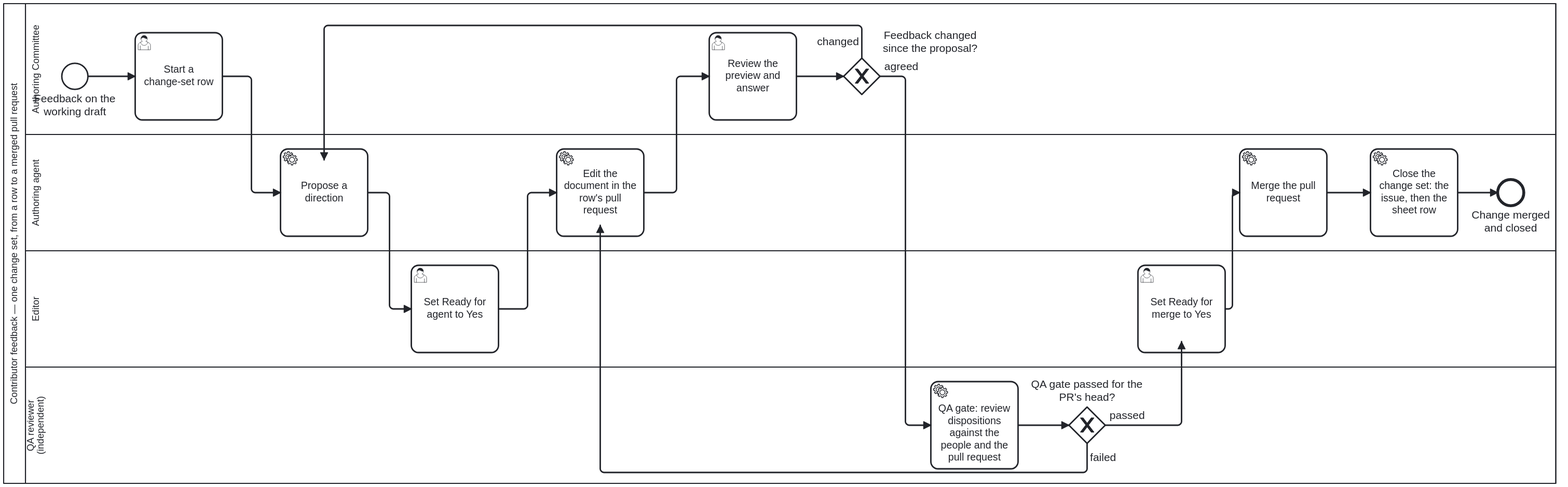
Earlier version of the BPMN export processes/content/contributor-feedback.svg (litlfred/folio-assistant-core). Its source is kept beside it as processes/content/contributor-feedback.bpmn. Ids are renumbered.
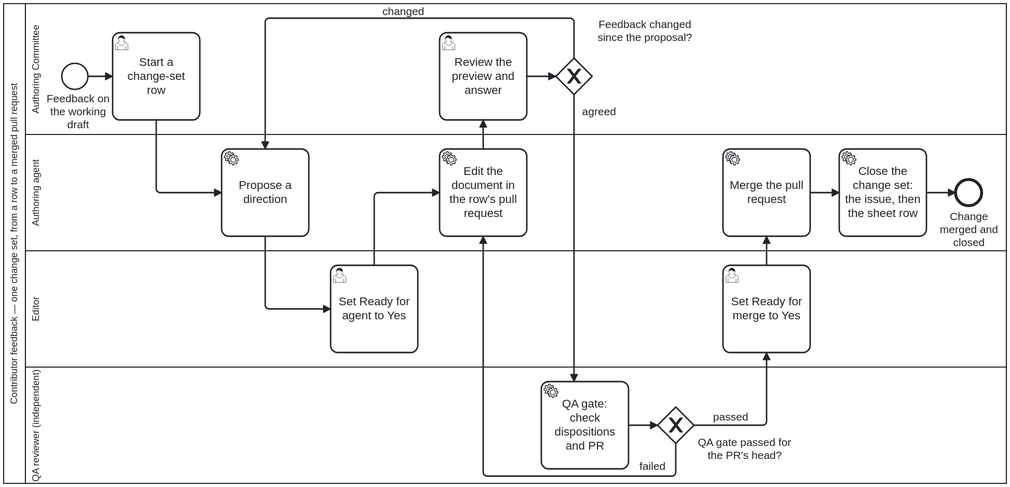
The same file after the commit.

Commit message:
fix(processes): compact 5 oversized BPMN diagrams to <=1400x900 (k6dz)

Diff of the diagram source:
```diff
@@ -112,7 +112,7 @@
       <bpmn:outgoing>CF07</bpmn:outgoing>
       <bpmn:outgoing>CF08</bpmn:outgoing>
     </bpmn:exclusiveGateway>
-    <bpmn:serviceTask id="Task_QaGate" name="QA gate: review dispositions against the people and the pull request">
+    <bpmn:serviceTask id="Task_QaGate" name="QA gate: check dispositions and PR">
       <bpmn:documentation>Reads: the change set's Disposition (change set), the people's Blue Disposition and feedback, the pull request's diff at its head commit, and the staging QA report. Checks that every feedback item has one disposition; that each agrees with the people's Blue Disposition; that each Accepted or Partially accepted item has the change in the diff, and a Not accepted, Noted, Duplicate or Out of scope item has none; that the diff changes nothing no disposition accounts for; and that the QA report for the staged commit has no failing gate. Writes: QA gate (change set) on the Agent tab, first line "Passed &lt;head sha&gt;: …" or "Failed &lt;head sha&gt;: &lt;why&gt;", and QA report (change set), the report's link. The sheet shows the gate under Staging review; a pass for an older commit reads as stale. It ends with Record agent step (record-agent-step.bpmn): the Agent tab row first, then Feedback (agent) from it, then the sheet read back, never Feedback (agent) alone.</bpmn:documentation>
       <bpmn:extensionElements><bootstrap.processes:skill ref="review-sheet-script"/></bpmn:extensionElements>
       <bpmn:incoming>CF08</bpmn:incoming>
@@ -164,136 +164,130 @@
   <bpmndi:BPMNDiagram id="BPMNDiagram_ContributorFeedback">
     <bpmndi:BPMNPlane id="BPMNPlane_1" bpmnElement="Collaboration_ContributorFeedback">
       <bpmndi:BPMNShape id="Participant_ContributorFeedback_di" bpmnElement="Participant_ContributorFeedback" isHorizontal="true">
-        <dc:Bounds x="160" y="60" width="2136" height="660" />
+        <dc:Bounds x="160" y="60" width="1380" height="660" />
       </bpmndi:BPMNShape>
       <bpmndi:BPMNShape id="Lane_Committee_di" bpmnElement="Lane_Committee" isHorizontal="true">
-        <dc:Bounds x="190" y="60" width="2106" height="180" />
+        <dc:Bounds x="190" y="60" width="1350" height="180" />
       </bpmndi:BPMNShape>
       <bpmndi:BPMNShape id="Lane_Agent_di" bpmnElement="Lane_Agent" isHorizontal="true">
-        <dc:Bounds x="190" y="240" width="2106" height="160" />
+        <dc:Bounds x="190" y="240" width="1350" height="160" />
       </bpmndi:BPMNShape>
       <bpmndi:BPMNShape id="Lane_Editor_di" bpmnElement="Lane_Editor" isHorizontal="true">
-        <dc:Bounds x="190" y="400" width="2106" height="160" />
+        <dc:Bounds x="190" y="400" width="1350" height="160" />
       </bpmndi:BPMNShape>
       <bpmndi:BPMNShape id="Lane_QaReviewer_di" bpmnElement="Lane_QaReviewer" isHorizontal="true">
-        <dc:Bounds x="190" y="560" width="2106" height="160" />
+        <dc:Bounds x="190" y="560" width="1350" height="160" />
+      </bpmndi:BPMNShape>
+      <bpmndi:BPMNShape id="StartEvent_Feedback_di" bpmnElement="StartEvent_Feedback">
+        <dc:Bounds x="240" y="142" width="36" height="36" />
+        <bpmndi:BPMNLabel><dc:Bounds x="220" y="182" width="85" height="36" /></bpmndi:BPMNLabel>
+      </bpmndi:BPMNShape>
+      <bpmndi:BPMNShape id="Task_StartRow_di" bpmnElement="Task_StartRow">
+        <dc:Bounds x="310" y="100" width="120" height="120" />
+      </bpmndi:BPMNShape>
+      <bpmndi:BPMNShape id="Task_Propose_di" bpmnElement="Task_Propose">
+        <dc:Bounds x="460" y="260" width="120" height="120" />
+      </bpmndi:BPMNShape>
+      <bpmndi:BPMNShape id="Task_ReadyForAgent_di" bpmnElement="Task_ReadyForAgent">
+        <dc:Bounds x="610" y="420" width="120" height="120" />
+      </bpmndi:BPMNShape>
+      <bpmndi:BPMNShape id="Task_EditInPullRequest_di" bpmnElement="Task_EditInPullRequest">
+        <dc:Bounds x="760" y="260" width="120" height="120" />
+      </bpmndi:BPMNShape>
+      <bpmndi:BPMNShape id="Task_AnswerPreview_di" bpmnElement="Task_AnswerPreview">
+        <dc:Bounds x="760" y="100" width="120" height="120" />
+      </bpmndi:BPMNShape>
+      <bpmndi:BPMNShape id="Gateway_FeedbackChanged_di" bpmnElement="Gateway_FeedbackChanged" isMarkerVisible="true">
+        <dc:Bounds x="920" y="135" width="50" height="50" />
+        <bpmndi:BPMNLabel><dc:Bounds x="975" y="80" width="135" height="54" /></bpmndi:BPMNLabel>
       </bpmndi:BPMNShape>
       <bpmndi:BPMNShape id="Task_QaGate_di" bpmnElement="Task_QaGate">
-        <dc:Bounds x="1436" y="580" width="120" height="120" />
+        <dc:Bounds x="900" y="580" width="120" height="120" />
       </bpmndi:BPMNShape>
       <bpmndi:BPMNShape id="Gateway_QaPassed_di" bpmnElement="Gateway_QaPassed" isMarkerVisible="true">
-        <dc:Bounds x="1626" y="615" width="50" height="50" />
-
-      <bpmndi:BPMNLabel><dc:Bounds x="1686" y="660" width="130" height="30" /></bpmndi:BPMNLabel></bpmndi:BPMNShape>
-      <bpmndi:BPMNShape id="StartEvent_Feedback_di" bpmnElement="StartEvent_Feedback">
-        <dc:Bounds x="240" y="142" width="36" height="36" />
-
-      <bpmndi:BPMNLabel><dc:Bounds x="218.13" y="181.5" width="111.75" height="36" /></bpmndi:BPMNLabel></bpmndi:BPMNShape>
-      <bpmndi:BPMNShape id="Task_StartRow_di" bpmnElement="Task_StartRow">
-        <dc:Bounds x="341" y="100" width="120" height="120" />
+        <dc:Bounds x="1060" y="615" width="50" height="50" />
+        <bpmndi:BPMNLabel><dc:Bounds x="1115" y="655" width="130" height="36" /></bpmndi:BPMNLabel>
       </bpmndi:BPMNShape>
-      <bpmndi:BPMNShape id="Task_Propose_di" bpmnElement="Task_Propose">
-        <dc:Bounds x="541" y="260" width="120" height="120" />
-      </bpmndi:BPMNShape>
-      <bpmndi:BPMNShape id="Task_ReadyForAgent_di" bpmnElement="Task_ReadyForAgent">
-        <dc:Bounds x="721" y="420" width="120" height="120" />
-      </bpmndi:BPMNShape>
-      <bpmndi:BPMNShape id="Task_EditInPullRequest_di" bpmnElement="Task_EditInPullRequest">
-        <dc:Bounds x="921" y="260" width="120" height="120" />
-      </bpmndi:BPMNShape>
-      <bpmndi:BPMNShape id="Task_AnswerPreview_di" bpmnElement="Task_AnswerPreview">
-        <dc:Bounds x="1131" y="100" width="120" height="120" />
-      </bpmndi:BPMNShape>
-      <bpmndi:BPMNShape id="Gateway_FeedbackChanged_di" bpmnElement="Gateway_FeedbackChanged" isMarkerVisible="true">
-        <dc:Bounds x="1316" y="135" width="50" height="50" />
-
-      <bpmndi:BPMNLabel><dc:Bounds x="1370" y="77" width="131.77" height="54" /></bpmndi:BPMNLabel></bpmndi:BPMNShape>
       <bpmndi:BPMNShape id="Task_ReadyForMerge_di" bpmnElement="Task_ReadyForMerge">
-        <dc:Bounds x="1721" y="420" width="120" height="120" />
+        <dc:Bounds x="1150" y="420" width="120" height="120" />
       </bpmndi:BPMNShape>
       <bpmndi:BPMNShape id="Task_Merge_di" bpmnElement="Task_Merge">
-        <dc:Bounds x="1861" y="260" width="120" height="120" />
+        <dc:Bounds x="1150" y="260" width="120" height="120" />
+      </bpmndi:BPMNShape>
+      <bpmndi:BPMNShape id="Task_CloseChangeSet_di" bpmnElement="Task_CloseChangeSet">
+        <dc:Bounds x="1310" y="260" width="120" height="120" />
       </bpmndi:BPMNShape>
       <bpmndi:BPMNShape id="EndEvent_Merged_di" bpmnElement="EndEvent_Merged">
-        <dc:Bounds x="2216" y="302" width="36" height="36" />
-
-      <bpmndi:BPMNLabel><dc:Bounds x="2189" y="342" width="90" height="30" /></bpmndi:BPMNLabel></bpmndi:BPMNShape>
-      <bpmndi:BPMNShape id="Task_CloseChangeSet_di" bpmnElement="Task_CloseChangeSet">
-        <dc:Bounds x="2041" y="260" width="120" height="120" />
+        <dc:Bounds x="1470" y="302" width="36" height="36" />
+        <bpmndi:BPMNLabel><dc:Bounds x="1443" y="344" width="90" height="36" /></bpmndi:BPMNLabel>
       </bpmndi:BPMNShape>
       <bpmndi:BPMNEdge id="CF01_di" bpmnElement="CF01">
         <di:waypoint x="276" y="160" />
-        <di:waypoint x="341" y="160" />
+        <di:waypoint x="310" y="160" />
       </bpmndi:BPMNEdge>
       <bpmndi:BPMNEdge id="CF02_di" bpmnElement="CF02">
-        <di:waypoint x="461" y="160" />
-        <di:waypoint x="501" y="160" />
-        <di:waypoint x="501" y="320" />
-        <di:waypoint x="541" y="320" />
+        <di:waypoint x="370" y="220" />
+        <di:waypoint x="370" y="320" />
+        <di:waypoint x="460" y="320" />
       </bpmndi:BPMNEdge>
       <bpmndi:BPMNEdge id="CF03_di" bpmnElement="CF03">
-        <di:waypoint x="661" y="320" />
-        <di:waypoint x="691" y="320" />
-        <di:waypoint x="691" y="480" />
-        <di:waypoint x="721" y="480" />
+        <di:waypoint x="520" y="380" />
+        <di:waypoint x="520" y="480" />
+        <di:waypoint x="610" y="480" />
       </bpmndi:BPMNEdge>
       <bpmndi:BPMNEdge id="CF04_di" bpmnElement="CF04">
-        <di:waypoint x="841" y="480" />
-        <di:waypoint x="881" y="480" />
-        <di:waypoint x="881" y="320" />
-        <di:waypoint x="921" y="320" />
+        <di:waypoint x="670" y="420" />
+        <di:waypoint x="670" y="320" />
+        <di:waypoint x="760" y="320" />
       </bpmndi:BPMNEdge>
       <bpmndi:BPMNEdge id="CF05_di" bpmnElement="CF05">
-        <di:waypoint x="1041" y="320" />
-        <di:waypoint x="1086" y="320" />
-        <di:waypoint x="1086" y="160" />
-        <di:waypoint x="1131" y="160" />
+        <di:waypoint x="820" y="260" />
+        <di:waypoint x="820" y="220" />
       </bpmndi:BPMNEdge>
       <bpmndi:BPMNEdge id="CF06_di" bpmnElement="CF06">
-        <di:waypoint x="1251" y="160" />
-        <di:waypoint x="1316" y="160" />
+        <di:waypoint x="880" y="160" />
+        <di:waypoint x="920" y="160" />
       </bpmndi:BPMNEdge>
       <bpmndi:BPMNEdge id="CF07_di" bpmnElement="CF07">
-        <di:waypoint x="1341" y="135" />
-        <di:waypoint x="1341" y="90" />
-        <di:waypoint x="601" y="90" />
-        <di:waypoint x="601" y="275" />
+        <di:waypoint x="945" y="135" />
+        <di:waypoint x="945" y="80" />
+        <di:waypoint x="520" y="80" />
+        <di:waypoint x="520" y="260" />
+        <bpmndi:BPMNLabel><dc:Bounds x="680" y="62" width="60" height="16" /></bpmndi:BPMNLabel>
       </bpmndi:BPMNEdge>
       <bpmndi:BPMNEdge id="CF08_di" bpmnElement="CF08">
-        <di:waypoint x="1366" y="160" />
-        <di:waypoint x="1401" y="160" />
-        <di:waypoint x="1401" y="640" />
-        <di:waypoint x="1436" y="640" />
-        <bpmndi:BPMNLabel><dc:Bounds x="1372" y="139" width="90" height="18" /></bpmndi:BPMNLabel>
+        <di:waypoint x="945" y="185" />
+        <di:waypoint x="945" y="580" />
+        <bpmndi:BPMNLabel><dc:Bounds x="952" y="200" width="55" height="16" /></bpmndi:BPMNLabel>
+      </bpmndi:BPMNEdge>
+      <bpmndi:BPMNEdge id="CF11_di" bpmnElement="CF11">
+        <di:waypoint x="1020" y="640" />
+        <di:waypoint x="1060" y="640" />
+      </bpmndi:BPMNEdge>
+      <bpmndi:BPMNEdge id="CF12_di" bpmnElement="CF12">
+        <di:waypoint x="1085" y="665" />
+        <di:waypoint x="1085" y="710" />
+        <di:waypoint x="820" y="710" />
+        <di:waypoint x="820" y="380" />
+        <bpmndi:BPMNLabel><dc:Bounds x="1030" y="688" width="45" height="16" /></bpmndi:BPMNLabel>
+      </bpmndi:BPMNEdge>
+      <bpmndi:BPMNEdge id="CF13_di" bpmnElement="CF13">
+        <di:waypoint x="1110" y="640" />
+        <di:waypoint x="1210" y="640" />
+        <di:waypoint x="1210" y="540" />
+        <bpmndi:BPMNLabel><dc:Bounds x="1135" y="620" width="50" height="16" /></bpmndi:BPMNLabel>
       </bpmndi:BPMNEdge>
       <bpmndi:BPMNEdge id="CF09_di" bpmnElement="CF09">
-        <di:waypoint x="1841" y="480" />
-        <di:waypoint x="1851" y="480" />
-        <di:waypoint x="1851" y="320" />
-        <di:waypoint x="1861" y="320" />
+        <di:waypoint x="1210" y="420" />
+        <di:waypoint x="1210" y="380" />
       </bpmndi:BPMNEdge>
       <bpmndi:BPMNEdge id="CF10_di" bpmnElement="CF10">
-        <di:waypoint x="1981" y="320" />
-        <di:waypoint x="2041" y="320" />
+        <di:waypoint x="1270" y="320" />
+        <di:waypoint x="1310" y="320" />
       </bpmndi:BPMNEdge>
       <bpmndi:BPMNEdge id="CF14_di" bpmnElement="CF14">
-        <di:waypoint x="2161" y="320" />
-        <di:waypoint x="2216" y="320" />
-      </bpmndi:BPMNEdge>
-      <bpmndi:BPMNEdge id="CF11_di" bpmnElement="CF11">
-        <di:waypoint x="1556" y="640" />
-        <di:waypoint x="1626" y="640" />
-      </bpmndi:BPMNEdge>
-      <bpmndi:BPMNEdge id="CF12_di" bpmnElement="CF12">
-        <di:waypoint x="1651" y="665" />
-        <di:waypoint x="1651" y="705" />
-        <di:waypoint x="981" y="705" />
-        <di:waypoint x="981" y="365" />
-      </bpmndi:BPMNEdge>
-      <bpmndi:BPMNEdge id="CF13_di" bpmnElement="CF13">
-        <di:waypoint x="1676" y="640" />
-        <di:waypoint x="1781" y="640" />
-        <di:waypoint x="1781" y="525" />
+        <di:waypoint x="1430" y="320" />
+        <di:waypoint x="1470" y="320" />
       </bpmndi:BPMNEdge>
     </bpmndi:BPMNPlane>
   </bpmndi:BPMNDiagram>
```
